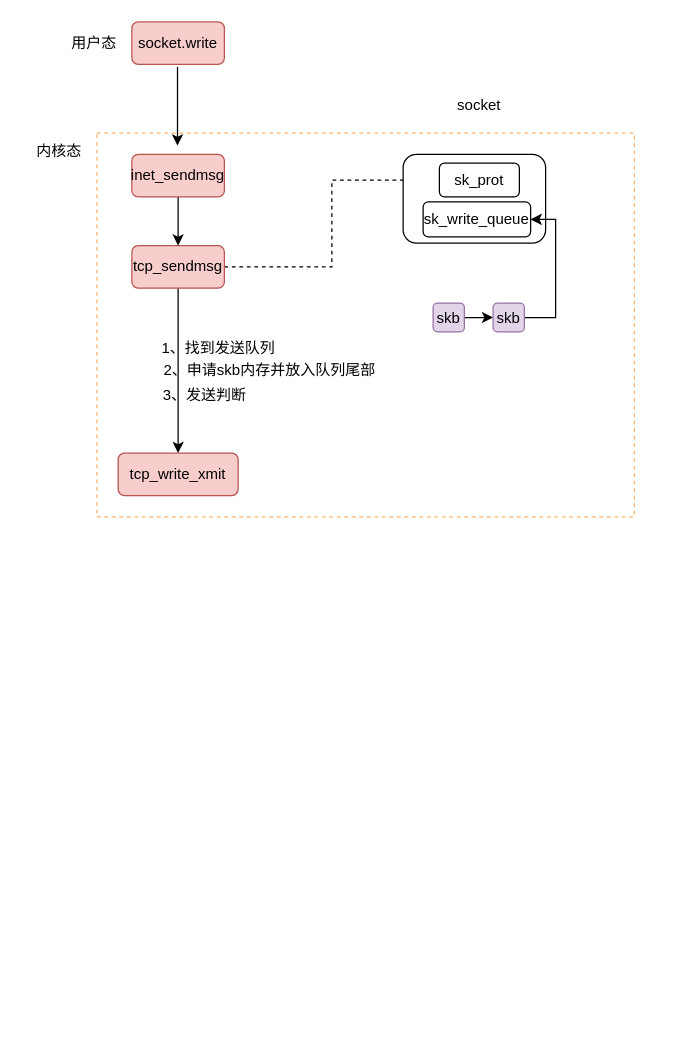
Before: linux/Linux内核是如何发送数据的.drawio in xmopen/drawio, a draw.io diagram. Source tidied: cells renumbered, new cells numbered last; positions are measured from the earlier drawing's top-left corner, leaving out a move shared by most shapes. Both pictures are drawn from the tidied source at 125%, with x=0, y=0 at pixel (21, 21).
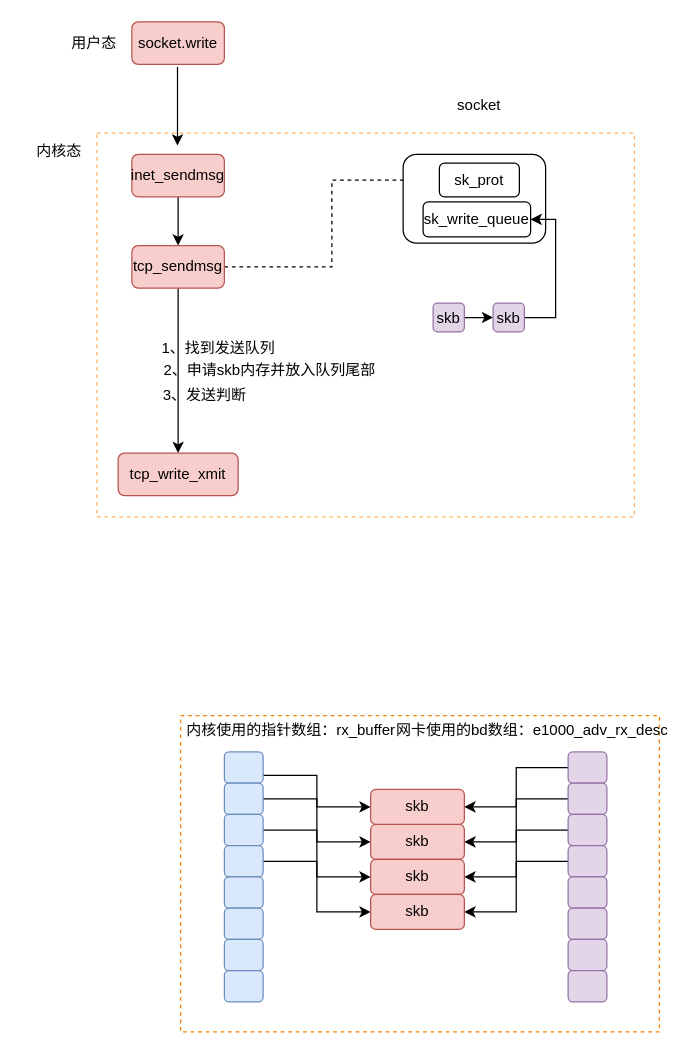
The same diagram, later.

What changed in the source:
```diff
@@
+    <mxCell id="24" style="rounded=0;whiteSpace=wrap;html=1;dashed=1;strokeColor=#FF8000;" parent="1" vertex="1">
+      <mxGeometry x="127" y="555" width="383" height="253" as="geometry" />
+    </mxCell>
+    <mxCell id="25" style="edgeStyle=orthogonalEdgeStyle;rounded=0;jettySize=auto;html=1;exitX=1;exitY=0.75;exitDx=0;exitDy=0;entryX=0;entryY=0.5;entryDx=0;entryDy=0;" parent="1" edge="1" source="26" target="53">
+      <mxGeometry relative="1" as="geometry" />
+    </mxCell>
+    <mxCell id="26" style="rounded=1;whiteSpace=wrap;html=1;fillColor=#dae8fc;strokeColor=#6c8ebf;" parent="1" vertex="1">
+      <mxGeometry x="162" y="584" width="31" height="25" as="geometry" />
+    </mxCell>
+    <mxCell id="27" style="edgeStyle=orthogonalEdgeStyle;rounded=0;jettySize=auto;html=1;exitX=1;exitY=0.5;exitDx=0;exitDy=0;entryX=0;entryY=0.5;entryDx=0;entryDy=0;" parent="1" edge="1" source="28" target="51">
+      <mxGeometry relative="1" as="geometry" />
+    </mxCell>
+    <mxCell id="28" style="rounded=1;whiteSpace=wrap;html=1;fillColor=#dae8fc;strokeColor=#6c8ebf;" parent="1" vertex="1">
+      <mxGeometry x="162" y="609" width="31" height="25" as="geometry" />
+    </mxCell>
+    <mxCell id="29" style="edgeStyle=orthogonalEdgeStyle;rounded=0;jettySize=auto;html=1;exitX=1;exitY=0.5;exitDx=0;exitDy=0;entryX=0;entryY=0.5;entryDx=0;entryDy=0;" parent="1" edge="1" source="30" target="52">
+      <mxGeometry relative="1" as="geometry" />
+    </mxCell>
+    <mxCell id="30" style="rounded=1;whiteSpace=wrap;html=1;fillColor=#dae8fc;strokeColor=#6c8ebf;" parent="1" vertex="1">
+      <mxGeometry x="162" y="634" width="31" height="25" as="geometry" />
+    </mxCell>
+    <mxCell id="31" style="edgeStyle=orthogonalEdgeStyle;rounded=0;jettySize=auto;html=1;exitX=1;exitY=0.5;exitDx=0;exitDy=0;entryX=0;entryY=0.5;entryDx=0;entryDy=0;" parent="1" edge="1" source="32" target="54">
+      <mxGeometry relative="1" as="geometry" />
+    </mxCell>
+    <mxCell id="32" style="rounded=1;whiteSpace=wrap;html=1;fillColor=#dae8fc;strokeColor=#6c8ebf;" parent="1" vertex="1">
+      <mxGeometry x="162" y="659" width="31" height="25" as="geometry" />
+    </mxCell>
+    <mxCell id="33" style="rounded=1;whiteSpace=wrap;html=1;fillColor=#dae8fc;strokeColor=#6c8ebf;" parent="1" vertex="1">
+      <mxGeometry x="162" y="684" width="31" height="25" as="geometry" />
+    </mxCell>
+    <mxCell id="34" style="rounded=1;whiteSpace=wrap;html=1;fillColor=#dae8fc;strokeColor=#6c8ebf;" parent="1" vertex="1">
+      <mxGeometry x="162" y="709" width="31" height="25" as="geometry" />
+    </mxCell>
+    <mxCell id="35" style="rounded=1;whiteSpace=wrap;html=1;fillColor=#dae8fc;strokeColor=#6c8ebf;" parent="1" vertex="1">
+      <mxGeometry x="162" y="734" width="31" height="25" as="geometry" />
+    </mxCell>
+    <mxCell id="36" style="rounded=1;whiteSpace=wrap;html=1;fillColor=#dae8fc;strokeColor=#6c8ebf;" parent="1" vertex="1">
+      <mxGeometry x="162" y="759" width="31" height="25" as="geometry" />
+    </mxCell>
+    <mxCell id="37" style="edgeStyle=orthogonalEdgeStyle;rounded=0;jettySize=auto;html=1;exitX=0;exitY=0.5;exitDx=0;exitDy=0;entryX=1;entryY=0.5;entryDx=0;entryDy=0;" parent="1" edge="1" source="38" target="53">
+      <mxGeometry relative="1" as="geometry" />
+    </mxCell>
+    <mxCell id="38" style="rounded=1;whiteSpace=wrap;html=1;fillColor=#e1d5e7;strokeColor=#9673a6;" parent="1" vertex="1">
+      <mxGeometry x="437" y="584" width="31" height="25" as="geometry" />
+    </mxCell>
+    <mxCell id="39" style="edgeStyle=orthogonalEdgeStyle;rounded=0;jettySize=auto;html=1;exitX=0;exitY=0.5;exitDx=0;exitDy=0;entryX=1;entryY=0.5;entryDx=0;entryDy=0;" parent="1" edge="1" source="40" target="51">
+      <mxGeometry relative="1" as="geometry" />
+    </mxCell>
+    <mxCell id="40" style="rounded=1;whiteSpace=wrap;html=1;fillColor=#e1d5e7;strokeColor=#9673a6;" parent="1" vertex="1">
+      <mxGeometry x="437" y="609" width="31" height="25" as="geometry" />
+    </mxCell>
+    <mxCell id="41" style="edgeStyle=orthogonalEdgeStyle;rounded=0;jettySize=auto;html=1;exitX=0;exitY=0.5;exitDx=0;exitDy=0;entryX=1;entryY=0.5;entryDx=0;entryDy=0;" parent="1" edge="1" source="42" target="52">
+      <mxGeometry relative="1" as="geometry" />
+    </mxCell>
+    <mxCell id="42" style="rounded=1;whiteSpace=wrap;html=1;fillColor=#e1d5e7;strokeColor=#9673a6;" parent="1" vertex="1">
+      <mxGeometry x="437" y="634" width="31" height="25" as="geometry" />
+    </mxCell>
+    <mxCell id="43" style="edgeStyle=orthogonalEdgeStyle;rounded=0;jettySize=auto;html=1;exitX=0;exitY=0.5;exitDx=0;exitDy=0;entryX=1;entryY=0.5;entryDx=0;entryDy=0;" parent="1" edge="1" source="44" target="54">
+      <mxGeometry relative="1" as="geometry" />
+    </mxCell>
+    <mxCell id="44" style="rounded=1;whiteSpace=wrap;html=1;fillColor=#e1d5e7;strokeColor=#9673a6;" parent="1" vertex="1">
+      <mxGeometry x="437" y="659" width="31" height="25" as="geometry" />
+    </mxCell>
+    <mxCell id="45" style="rounded=1;whiteSpace=wrap;html=1;fillColor=#e1d5e7;strokeColor=#9673a6;" parent="1" vertex="1">
+      <mxGeometry x="437" y="684" width="31" height="25" as="geometry" />
+    </mxCell>
+    <mxCell id="46" style="rounded=1;whiteSpace=wrap;html=1;fillColor=#e1d5e7;strokeColor=#9673a6;" parent="1" vertex="1">
+      <mxGeometry x="437" y="709" width="31" height="25" as="geometry" />
+    </mxCell>
+    <mxCell id="47" style="rounded=1;whiteSpace=wrap;html=1;fillColor=#e1d5e7;strokeColor=#9673a6;" parent="1" vertex="1">
+      <mxGeometry x="437" y="734" width="31" height="25" as="geometry" />
+    </mxCell>
+    <mxCell id="48" style="rounded=1;whiteSpace=wrap;html=1;fillColor=#e1d5e7;strokeColor=#9673a6;" parent="1" vertex="1">
+      <mxGeometry x="437" y="759" width="31" height="25" as="geometry" />
+    </mxCell>
+    <mxCell id="49" value="内核使用的指针数组：rx_buffer" style="text;html=1;strokeColor=none;fillColor=none;align=center;verticalAlign=middle;whiteSpace=wrap;rounded=0;" parent="1" vertex="1">
+      <mxGeometry x="127" y="566" width="177" height="2" as="geometry" />
+    </mxCell>
+    <mxCell id="50" value="网卡使用的bd数组：e1000_adv_rx_desc" style="text;html=1;strokeColor=none;fillColor=none;align=center;verticalAlign=middle;whiteSpace=wrap;rounded=0;" parent="1" vertex="1">
+      <mxGeometry x="298" y="556.5" width="221" height="21" as="geometry" />
+    </mxCell>
+    <mxCell id="51" value="skb" style="rounded=1;whiteSpace=wrap;html=1;fillColor=#f8cecc;strokeColor=#b85450;" parent="1" vertex="1">
+      <mxGeometry x="279" y="642" width="75" height="28" as="geometry" />
+    </mxCell>
+    <mxCell id="52" value="skb" style="rounded=1;whiteSpace=wrap;html=1;fillColor=#f8cecc;strokeColor=#b85450;" parent="1" vertex="1">
+      <mxGeometry x="279" y="670" width="75" height="28" as="geometry" />
+    </mxCell>
+    <mxCell id="53" value="skb" style="rounded=1;whiteSpace=wrap;html=1;fillColor=#f8cecc;strokeColor=#b85450;" parent="1" vertex="1">
+      <mxGeometry x="279" y="614" width="75" height="28" as="geometry" />
+    </mxCell>
+    <mxCell id="54" value="skb" style="rounded=1;whiteSpace=wrap;html=1;fillColor=#f8cecc;strokeColor=#b85450;" parent="1" vertex="1">
+      <mxGeometry x="279" y="698" width="75" height="28" as="geometry" />
+    </mxCell>
```
